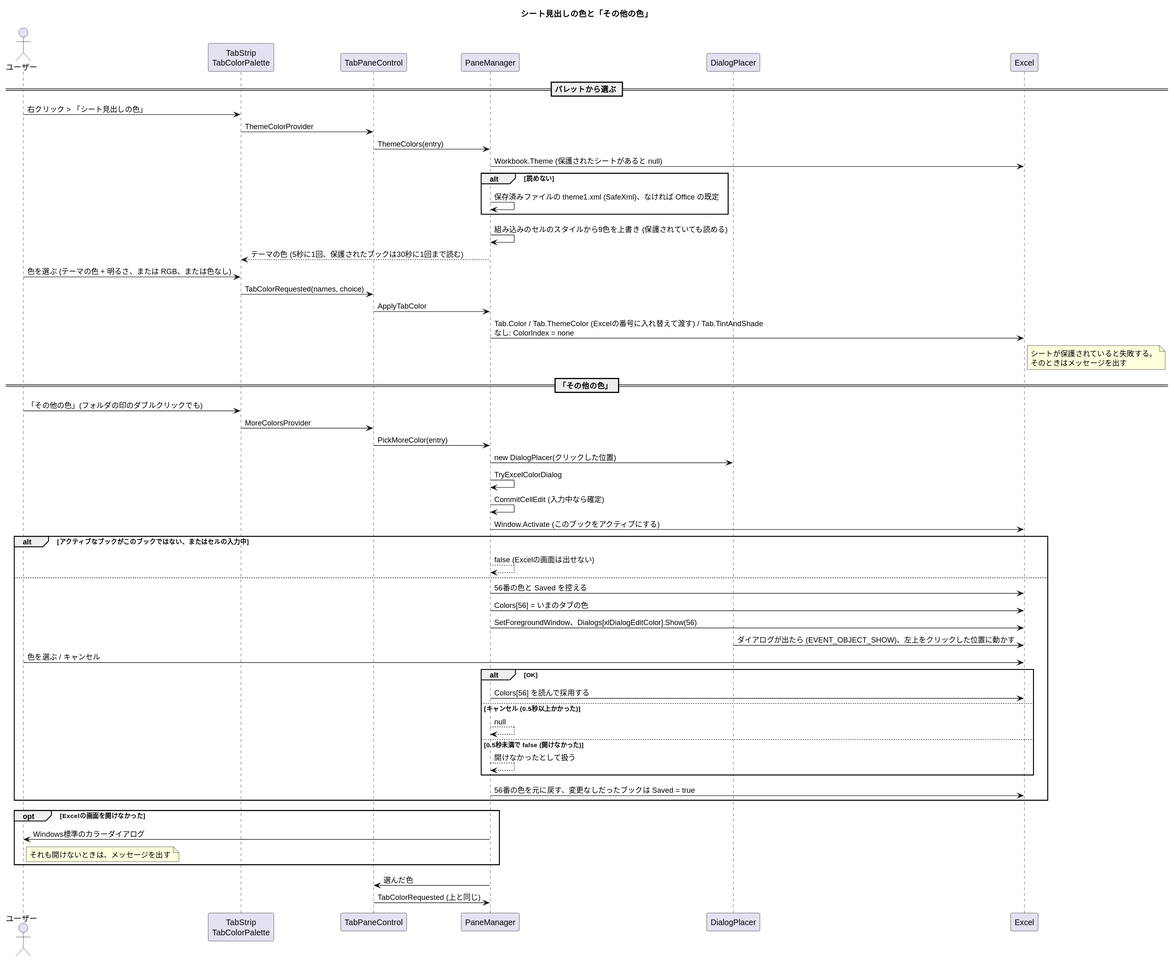
This is docs/sequence-color.svg from nk-taka623/VerticalSheetTabs, a PlantUML export, as it was before one commit.
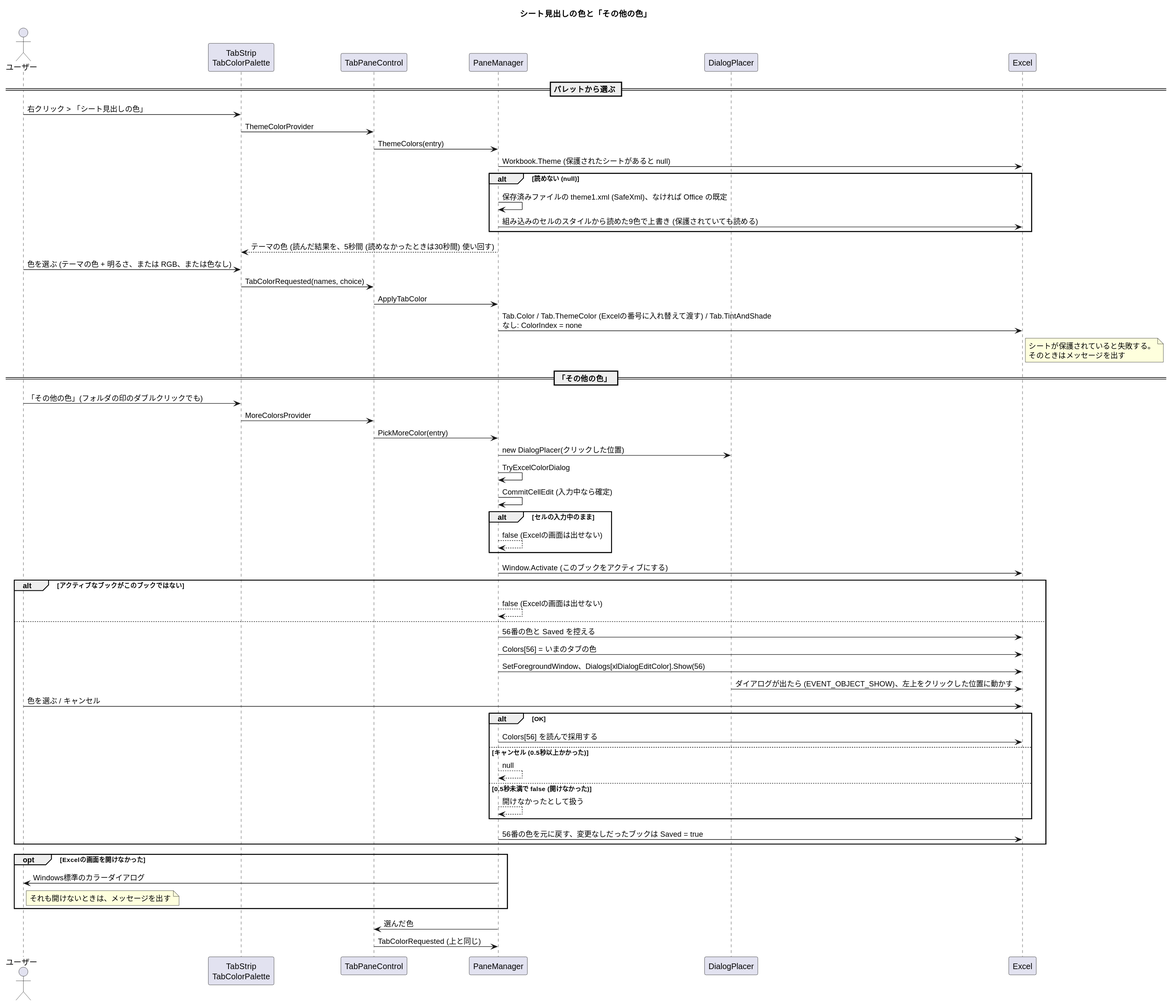
Later version of the same file.

Change to the diagram source:
```diff
@@ -15,11 +15,11 @@
 S -> C : ThemeColorProvider
 C -> P : ThemeColors(entry)
 P -> XL : Workbook.Theme (保護されたシートがあると null)
-alt 読めない
+alt 読めない (null)
   P -> P : 保存済みファイルの theme1.xml (SafeXml)、なければ Office の既定
+  P -> XL : 組み込みのセルのスタイルから読めた9色で上書き (保護されていても読める)
 end
-P -> P : 組み込みのセルのスタイルから9色を上書き (保護されていても読める)
-P --> S : テーマの色 (5秒に1回、保護されたブックは30秒に1回まで読む)
+P --> S : テーマの色 (読んだ結果を、5秒間 (読めなかったときは30秒間) 使い回す)
 U -> S : 色を選ぶ (テーマの色 + 明るさ、または RGB、または色なし)
 S -> C : TabColorRequested(names, choice)
 C -> P : ApplyTabColor
@@ -33,8 +33,11 @@
 P -> DP : new DialogPlacer(クリックした位置)
 P -> P : TryExcelColorDialog
 P -> P : CommitCellEdit (入力中なら確定)
+alt セルの入力中のまま
+  P --> P : false (Excelの画面は出せない)
+end
 P -> XL : Window.Activate (このブックをアクティブにする)
-alt アクティブなブックがこのブックではない、またはセルの入力中
+alt アクティブなブックがこのブックではない
   P --> P : false (Excelの画面は出せない)
 else
   P -> XL : 56番の色と Saved を控える
```
